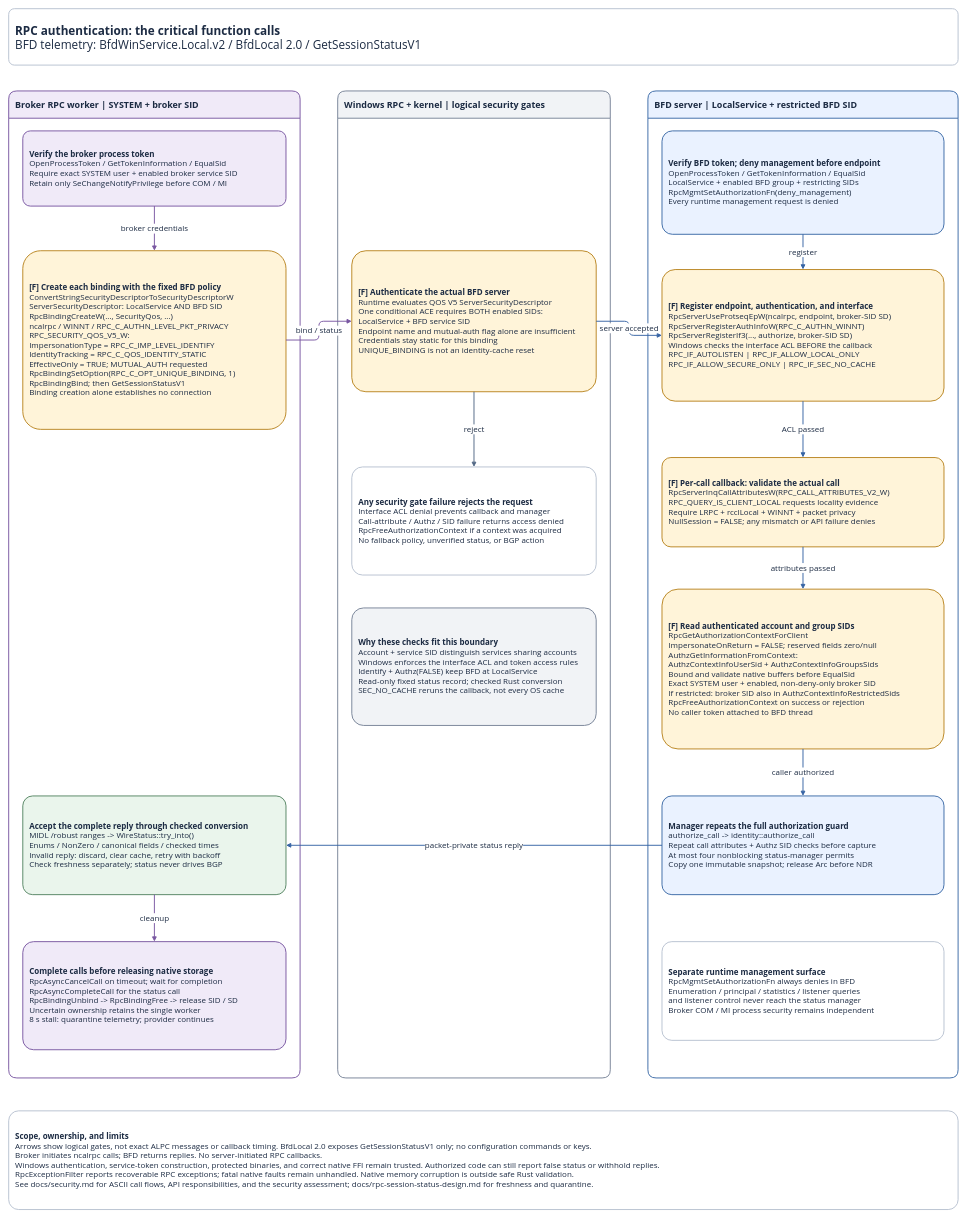
Above: page "3 RPC authentication" (3 of 3) of docs/service-communication.drawio in miketheitguy/bfd-winservice (draw.io), before the change. Source tidied: cells renumbered, new cells numbered last; positions are measured from the earlier drawing's top-left corner, leaving out a move shared by most shapes. Both pictures are drawn from the tidied source at 47%, with x=0, y=0 at pixel (8, 8).
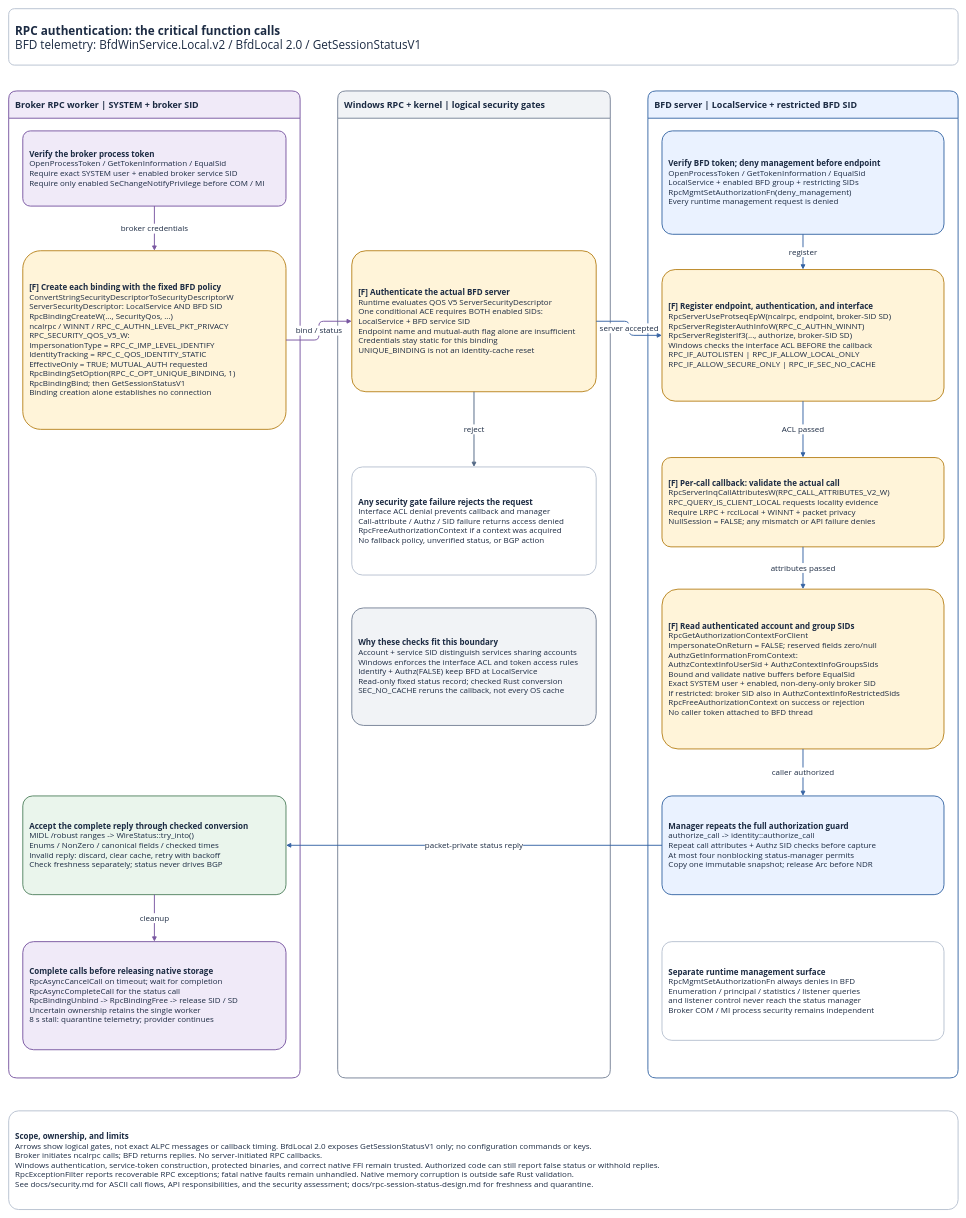
The same page after the edit.

Unchanged cells that the change refers to:
```xml
<mxCell id="3" value="&lt;b&gt;Broker RPC worker | SYSTEM + broker SID&lt;/b&gt;" style="rounded=1;arcSize=10;whiteSpace=wrap;html=1;fillColor=#F0EAF8;strokeColor=#7957A2;strokeWidth=2;fontFamily=Segoe UI;fontSize=19;fontColor=#1C2B43;spacing=14;align=left;verticalAlign=middle;shape=swimlane;startSize=58;horizontal=1;swimlaneLine=1;" parent="1" vertex="1">
  <mxGeometry y="175" width="620" height="2100" as="geometry" />
</mxCell>
```

What changed in the source:
```diff
@@
-    <mxCell id="6" value="&lt;b&gt;Verify the broker process token&lt;/b&gt;&lt;br&gt;OpenProcessToken / GetTokenInformation / EqualSid&lt;br&gt;Require exact SYSTEM user + enabled broker service SID&lt;br&gt;Retain only SeChangeNotifyPrivilege before COM / MI" style="rounded=1;arcSize=10;whiteSpace=wrap;html=1;fillColor=#F0EAF8;strokeColor=#7957A2;strokeWidth=2;fontFamily=Segoe UI;fontSize=17;fontColor=#1C2B43;spacing=14;align=left;verticalAlign=middle;" parent="3" vertex="1">
+    <mxCell id="6" value="&lt;b&gt;Verify the broker process token&lt;/b&gt;&lt;br&gt;OpenProcessToken / GetTokenInformation / EqualSid&lt;br&gt;Require exact SYSTEM user + enabled broker service SID&lt;br&gt;Require only enabled SeChangeNotifyPrivilege before COM / MI" style="rounded=1;arcSize=10;whiteSpace=wrap;html=1;fillColor=#F0EAF8;strokeColor=#7957A2;strokeWidth=2;fontFamily=Segoe UI;fontSize=17;fontColor=#1C2B43;spacing=14;align=left;verticalAlign=middle;" parent="3" vertex="1">
       <mxGeometry x="30" y="85" width="560" height="160" as="geometry" />
     </mxCell>
```
